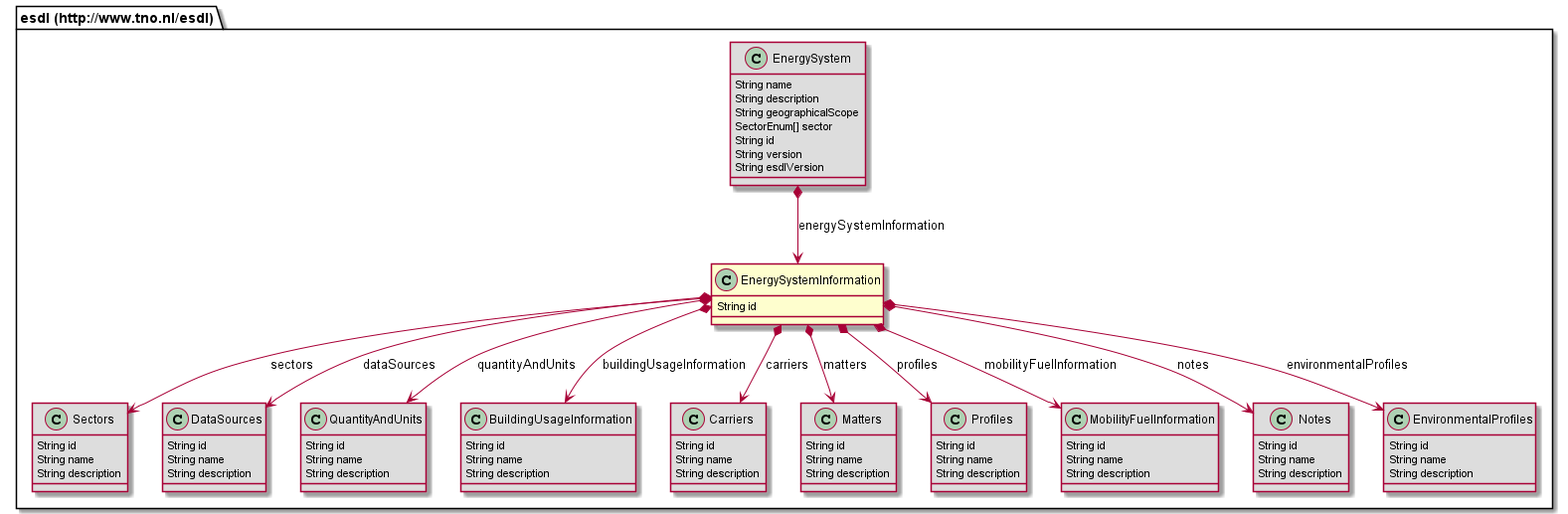
Above: 687474703a2f2f7777772e746e6f2e6e6c2f6573646c/EnergySystemInformation.png in EnergyTransition/energytransition.github.io (PlantUML), before the change.
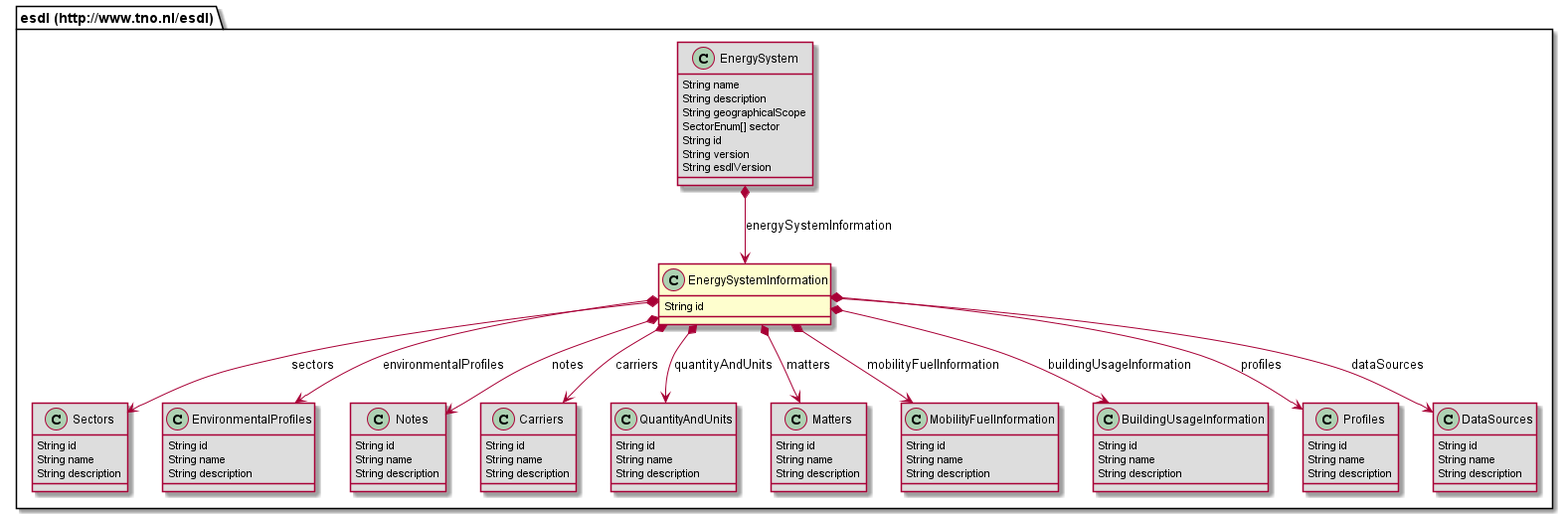
After the commit.

Diff of the diagram source:
```diff
@@ -16,7 +16,17 @@
 	String name
 	String description
 }
-class "esdl (http://www.tno.nl/esdl).DataSources" [[#router/doc-content/687474703a2f2f7777772e746e6f2e6e6c2f6573646c/DataSources.html{Collection of datasources used in the energy system}]] #DDDDDD {
+class "esdl (http://www.tno.nl/esdl).EnvironmentalProfiles" [[#router/doc-content/687474703a2f2f7777772e746e6f2e6e6c2f6573646c/EnvironmentalProfiles.html]] #DDDDDD {
+	String id
+	String name
+	String description
+}
+class "esdl (http://www.tno.nl/esdl).Notes" [[#router/doc-content/687474703a2f2f7777772e746e6f2e6e6c2f6573646c/Notes.html{Collection of notes that can be added to the map, like postits (with comments in HTML)}]] #DDDDDD {
+	String id
+	String name
+	String description
+}
+class "esdl (http://www.tno.nl/esdl).Carriers" [[#router/doc-content/687474703a2f2f7777772e746e6f2e6e6c2f6573646c/Carriers.html{Collection of carriers as part of the Energy System Information. }]] #DDDDDD {
 	String id
 	String name
 	String description
@@ -26,17 +36,17 @@
 	String name
 	String description
 }
-class "esdl (http://www.tno.nl/esdl).BuildingUsageInformation" [[#router/doc-content/687474703a2f2f7777772e746e6f2e6e6c2f6573646c/BuildingUsageInformation.html{Part of Energy System Information that specifies generic building usage information that can be referenced from multiple individual buildings}]] #DDDDDD {
+class "esdl (http://www.tno.nl/esdl).Matters" [[#router/doc-content/687474703a2f2f7777772e746e6f2e6e6c2f6573646c/Matters.html]] #DDDDDD {
 	String id
 	String name
 	String description
 }
-class "esdl (http://www.tno.nl/esdl).Carriers" [[#router/doc-content/687474703a2f2f7777772e746e6f2e6e6c2f6573646c/Carriers.html{Collection of carriers as part of the Energy System Information. }]] #DDDDDD {
+class "esdl (http://www.tno.nl/esdl).MobilityFuelInformation" [[#router/doc-content/687474703a2f2f7777772e746e6f2e6e6c2f6573646c/MobilityFuelInformation.html{Collection of information about vehicles, fuels and efficiency}]] #DDDDDD {
 	String id
 	String name
 	String description
 }
-class "esdl (http://www.tno.nl/esdl).Matters" [[#router/doc-content/687474703a2f2f7777772e746e6f2e6e6c2f6573646c/Matters.html]] #DDDDDD {
+class "esdl (http://www.tno.nl/esdl).BuildingUsageInformation" [[#router/doc-content/687474703a2f2f7777772e746e6f2e6e6c2f6573646c/BuildingUsageInformation.html{Part of Energy System Information that specifies generic building usage information that can be referenced from multiple individual buildings}]] #DDDDDD {
 	String id
 	String name
 	String description
@@ -46,17 +56,7 @@
 	String name
 	String description
 }
-class "esdl (http://www.tno.nl/esdl).MobilityFuelInformation" [[#router/doc-content/687474703a2f2f7777772e746e6f2e6e6c2f6573646c/MobilityFuelInformation.html{Collection of information about vehicles, fuels and efficiency}]] #DDDDDD {
-	String id
-	String name
-	String description
-}
-class "esdl (http://www.tno.nl/esdl).Notes" [[#router/doc-content/687474703a2f2f7777772e746e6f2e6e6c2f6573646c/Notes.html{Collection of notes that can be added to the map, like postits (with comments in HTML)}]] #DDDDDD {
-	String id
-	String name
-	String description
-}
-class "esdl (http://www.tno.nl/esdl).EnvironmentalProfiles" [[#router/doc-content/687474703a2f2f7777772e746e6f2e6e6c2f6573646c/EnvironmentalProfiles.html]] #DDDDDD {
+class "esdl (http://www.tno.nl/esdl).DataSources" [[#router/doc-content/687474703a2f2f7777772e746e6f2e6e6c2f6573646c/DataSources.html{Collection of datasources used in the energy system}]] #DDDDDD {
 	String id
 	String name
 	String description
```
